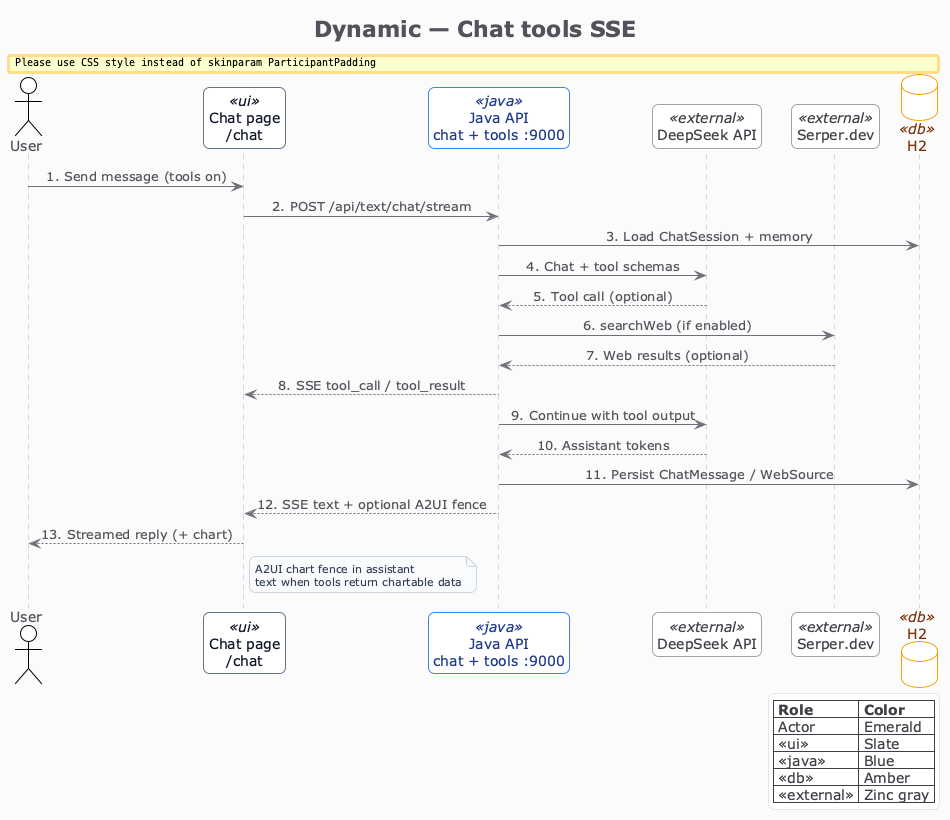
This is explore-ai/docs/developer/c4-model/png/C4-Dynamic-Chat-Tools.png from felixzhu97/explore, a PlantUML export, as it was before one commit.
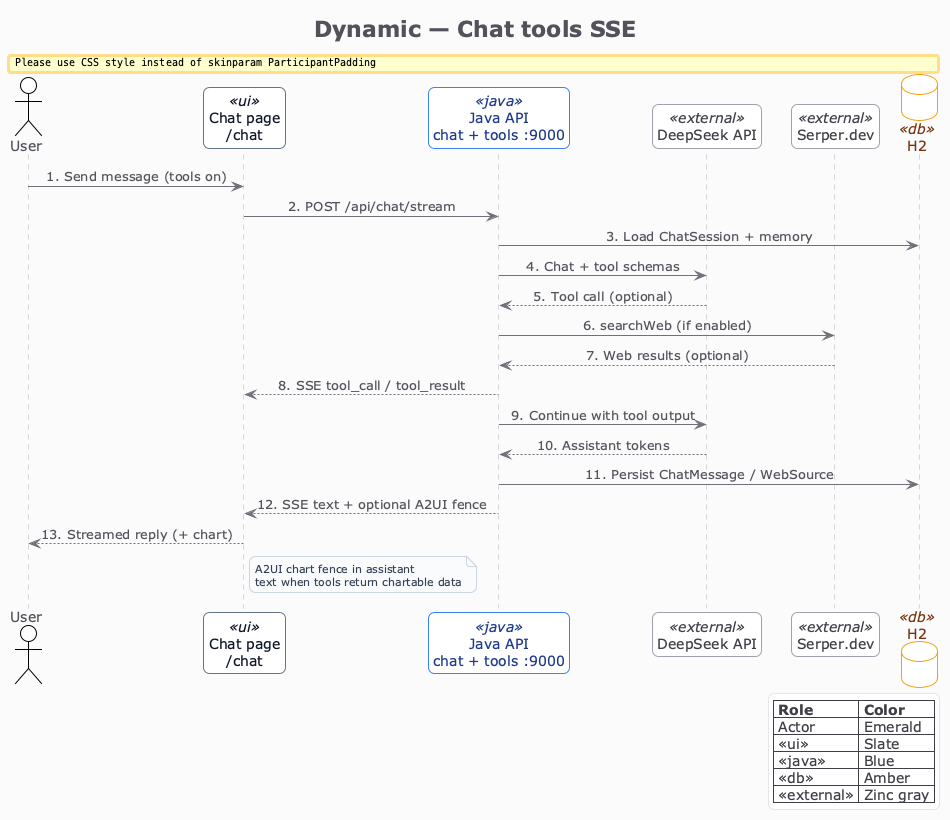
After the commit.

What changed in the source:
```diff
@@ -11,7 +11,7 @@
 database "H2" as db <<db>>
 
 user -> ui: 1. Send message (tools on)
-ui -> api: 2. POST /api/text/chat/stream
+ui -> api: 2. POST /api/chat/stream
 api -> db: 3. Load ChatSession + memory
 api -> llm: 4. Chat + tool schemas
 llm --> api: 5. Tool call (optional)
```
